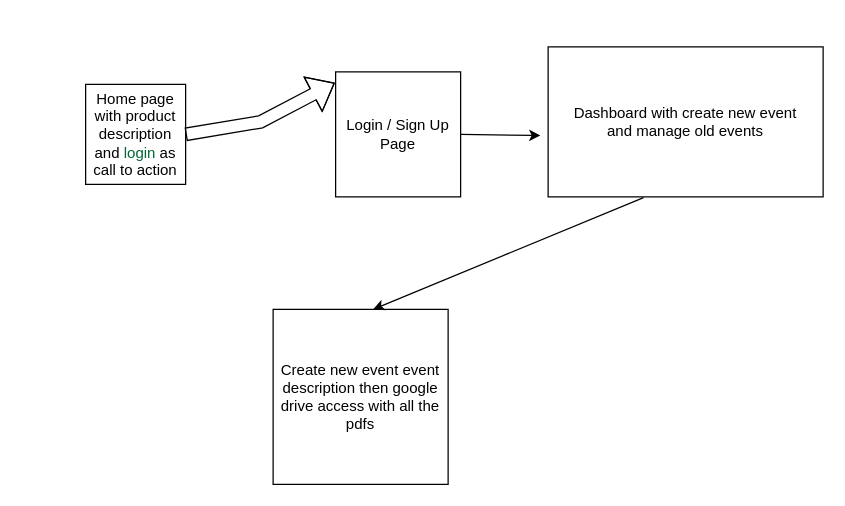
Earlier version of the draw.io diagram Flow Diagram.drawio (techrahis/unicever-2023). Source tidied: cells renumbered, new cells numbered last; positions are measured from the earlier drawing's top-left corner, leaving out a move shared by most shapes. Both pictures are drawn from the tidied source at 125%, with x=0, y=0 at pixel (85, 46).
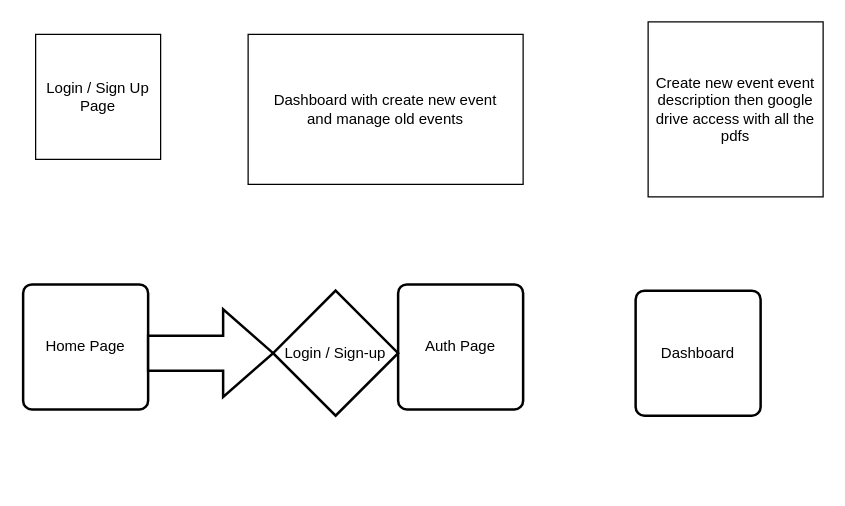
The same diagram, later.

The edit, as a diff of the source:
```diff
@@
 <mxGraphModel>
   <root>
     <mxCell id="0" />
     <mxCell id="1" parent="0" />
     <mxCell id="2" value="Login / Sign Up Page" style="whiteSpace=wrap;html=1;" parent="1" vertex="1">
-      <mxGeometry x="200" y="20" width="100" height="100" as="geometry" />
+      <mxGeometry x="-40" y="-10" width="100" height="100" as="geometry" />
     </mxCell>
-    <mxCell id="3" value="Home page with product description and &lt;font color=&quot;#006633&quot;&gt;login &lt;/font&gt;as call to action" style="whiteSpace=wrap;html=1;" parent="1" vertex="1">
-      <mxGeometry y="30" width="80" height="80" as="geometry" />
-    </mxCell>
-    <mxCell id="4" style="shape=flexArrow;endArrow=classic;html=1;rounded=0;exitX=1;exitY=0.5;exitDx=0;exitDy=0;entryX=-0.007;entryY=0.088;entryDx=0;entryDy=0;entryPerimeter=0;" parent="1" edge="1" source="3" target="2">
-      <mxGeometry relative="1" as="geometry">
-        <Array as="points">
-          <mxPoint x="140" y="60" />
-        </Array>
-      </mxGeometry>
-    </mxCell>
     <mxCell id="5" value="Dashboard with create new event&lt;br style=&quot;border-color: var(--border-color);&quot;&gt;&lt;span style=&quot;&quot;&gt;and manage old events&lt;/span&gt;" style="rounded=0;whiteSpace=wrap;html=1;" parent="1" vertex="1">
-      <mxGeometry x="370" width="220" height="120" as="geometry" />
+      <mxGeometry x="130" y="-10" width="220" height="120" as="geometry" />
     </mxCell>
-    <mxCell id="6" style="endArrow=classic;html=1;rounded=0;exitX=1;exitY=0.5;exitDx=0;exitDy=0;entryX=-0.028;entryY=0.591;entryDx=0;entryDy=0;entryPerimeter=0;" parent="1" edge="1" source="2" target="5">
-      <mxGeometry relative="1" as="geometry" />
-    </mxCell>
     <mxCell id="7" value="Create new event event description then google drive access with all the pdfs" style="whiteSpace=wrap;html=1;" parent="1" vertex="1">
-      <mxGeometry x="150" y="210" width="140" height="140" as="geometry" />
+      <mxGeometry x="450" y="-20" width="140" height="140" as="geometry" />
     </mxCell>
-    <mxCell id="8" style="endArrow=classic;html=1;rounded=0;entryX=0.571;entryY=0;entryDx=0;entryDy=0;entryPerimeter=0;exitX=0.347;exitY=1.005;exitDx=0;exitDy=0;exitPerimeter=0;" parent="1" edge="1" source="5" target="7">
-      <mxGeometry relative="1" as="geometry" />
-    </mxCell>
+    <mxCell id="9" value="Home Page" style="rounded=1;whiteSpace=wrap;html=1;absoluteArcSize=1;arcSize=14;strokeWidth=2;" parent="1" vertex="1">
+      <mxGeometry x="-50" y="190" width="100" height="100" as="geometry" />
+    </mxCell>
+    <mxCell id="10" value="Auth Page" style="rounded=1;whiteSpace=wrap;html=1;absoluteArcSize=1;arcSize=14;strokeWidth=2;" parent="1" vertex="1">
+      <mxGeometry x="250" y="190" width="100" height="100" as="geometry" />
+    </mxCell>
+    <mxCell id="11" value="Dashboard" style="rounded=1;whiteSpace=wrap;html=1;absoluteArcSize=1;arcSize=14;strokeWidth=2;" parent="1" vertex="1">
+      <mxGeometry x="440" y="195" width="100" height="100" as="geometry" />
+    </mxCell>
+    <mxCell id="12" value="Login / Sign-up" style="strokeWidth=2;html=1;shape=mxgraph.flowchart.decision;whiteSpace=wrap;" parent="1" vertex="1">
+      <mxGeometry x="150" y="195" width="100" height="100" as="geometry" />
+    </mxCell>
+    <mxCell id="13" style="verticalLabelPosition=bottom;verticalAlign=top;html=1;strokeWidth=2;shape=mxgraph.arrows2.arrow;dy=0.6;dx=40;notch=0;" parent="1" vertex="1">
+      <mxGeometry x="50" y="210" width="100" height="70" as="geometry" />
+    </mxCell>
   </root>
 </mxGraphModel>
```
